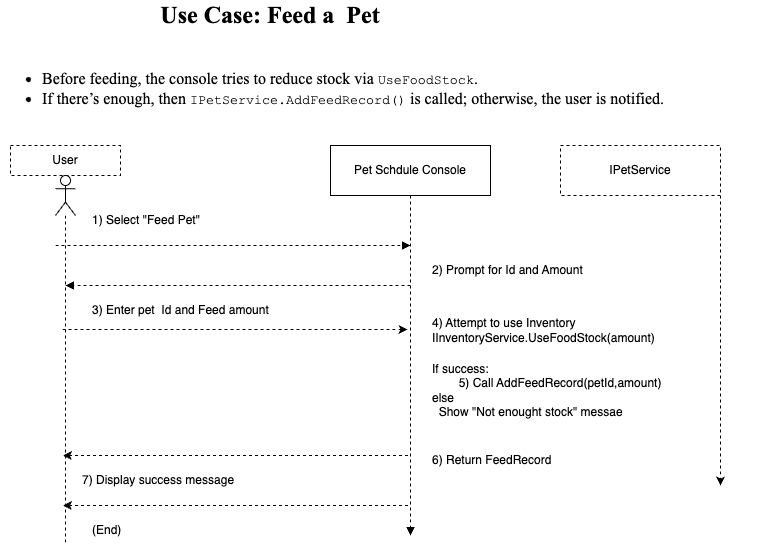
This is Feed a Pet Use Case.png from bromroy/CS690-PetSchedule.App, a draw.io export, as it was before one commit. Source tidied: cells renumbered, new cells last; positions are measured from the earlier drawing's top-left corner, leaving out a move shared by most shapes. Source of this version:
```xml
<mxGraphModel>
  <root>
    <mxCell id="0" />
    <mxCell id="1" parent="0" />
    <mxCell id="2" value="User" style="html=1;whiteSpace=wrap;dashed=1;" parent="1" vertex="1">
      <mxGeometry x="10" y="145" width="110" height="30" as="geometry" />
    </mxCell>
    <mxCell id="3" style="shape=umlLifeline;perimeter=lifelinePerimeter;whiteSpace=wrap;html=1;newEdgeStyle={&quot;curved&quot;:0,&quot;rounded&quot;:0};participant=umlActor;" parent="1" vertex="1">
      <mxGeometry x="55" y="175" width="20" height="370" as="geometry" />
    </mxCell>
    <mxCell id="4" value="Pet Schdule Console" style="html=1;whiteSpace=wrap;" parent="1" vertex="1">
      <mxGeometry x="330" y="145" width="160" height="50" as="geometry" />
    </mxCell>
    <mxCell id="5" style="html=1;verticalAlign=bottom;labelBackgroundColor=none;endArrow=block;endFill=1;dashed=1;exitX=0.5;exitY=1;exitDx=0;exitDy=0;" parent="1" edge="1" source="4">
      <mxGeometry relative="1" as="geometry">
        <mxPoint x="410" y="535" as="targetPoint" />
      </mxGeometry>
    </mxCell>
    <mxCell id="6" style="html=1;verticalAlign=bottom;labelBackgroundColor=none;endArrow=block;endFill=1;dashed=1;" parent="1" edge="1">
      <mxGeometry relative="1" as="geometry">
        <mxPoint x="55" y="245" as="sourcePoint" />
        <mxPoint x="410" y="245" as="targetPoint" />
      </mxGeometry>
    </mxCell>
    <mxCell id="7" value="1) Select &quot;Feed Pet&quot;" style="text;strokeColor=none;align=left;fillColor=none;html=1;verticalAlign=middle;whiteSpace=wrap;rounded=0;" parent="1" vertex="1">
      <mxGeometry x="90" y="205" width="170" height="30" as="geometry" />
    </mxCell>
    <mxCell id="8" style="html=1;verticalAlign=bottom;labelBackgroundColor=none;endArrow=block;endFill=1;dashed=1;" parent="1" edge="1">
      <mxGeometry relative="1" as="geometry">
        <mxPoint x="410" y="285" as="sourcePoint" />
        <mxPoint x="65" y="285" as="targetPoint" />
      </mxGeometry>
    </mxCell>
    <mxCell id="9" value="2) Prompt for Id and Amount&amp;nbsp;" style="text;strokeColor=none;align=left;fillColor=none;html=1;verticalAlign=middle;whiteSpace=wrap;rounded=0;" parent="1" vertex="1">
      <mxGeometry x="430" y="255" width="170" height="30" as="geometry" />
    </mxCell>
    <mxCell id="10" value="&lt;p style=&quot;margin: 0in; font-size: 12pt; font-family: &amp;quot;Times New Roman&amp;quot;, serif; color: rgb(0, 0, 0); text-align: start;&quot; class=&quot;MsoNormal&quot;&gt;&lt;b&gt;&lt;span style=&quot;font-size: 18pt;&quot;&gt;Use Case: Feed a&amp;nbsp; Pet&lt;/span&gt;&lt;/b&gt;&lt;/p&gt;" style="text;strokeColor=none;align=center;fillColor=none;html=1;verticalAlign=middle;whiteSpace=wrap;rounded=0;dashed=1;dashPattern=1 1;" parent="1" vertex="1">
      <mxGeometry x="70" width="400" height="30" as="geometry" />
    </mxCell>
    <mxCell id="11" value="3) Enter pet&amp;nbsp; Id and Feed amount" style="text;strokeColor=none;align=left;fillColor=none;html=1;verticalAlign=middle;whiteSpace=wrap;rounded=0;" parent="1" vertex="1">
      <mxGeometry x="90" y="295" width="260" height="30" as="geometry" />
    </mxCell>
    <mxCell id="12" style="html=1;verticalAlign=bottom;labelBackgroundColor=none;endArrow=classic;endFill=1;dashed=1;" parent="1" edge="1">
      <mxGeometry relative="1" as="geometry">
        <mxPoint x="62" y="329" as="sourcePoint" />
        <mxPoint x="407" y="329" as="targetPoint" />
      </mxGeometry>
    </mxCell>
    <mxCell id="13" value="4) Attempt to use Inventory&lt;div&gt;IInventoryService.UseFoodStock(amount)&lt;/div&gt;" style="text;strokeColor=none;align=left;fillColor=none;html=1;verticalAlign=middle;whiteSpace=wrap;rounded=0;" parent="1" vertex="1">
      <mxGeometry x="430" y="315" width="260" height="30" as="geometry" />
    </mxCell>
    <mxCell id="14" value="&lt;div&gt;If success:&lt;/div&gt;&lt;span style=&quot;white-space: pre;&quot;&gt;&#9;&lt;/span&gt;5) Call AddFeedRecord(petId,amount)&lt;div&gt;else&lt;/div&gt;&lt;div&gt;&amp;nbsp; Show &quot;Not enought stock&quot; messae&lt;/div&gt;" style="text;strokeColor=none;align=left;fillColor=none;html=1;verticalAlign=middle;whiteSpace=wrap;rounded=0;" parent="1" vertex="1">
      <mxGeometry x="430" y="345" width="270" height="90" as="geometry" />
    </mxCell>
    <mxCell id="15" value="6) Return FeedRecord" style="text;strokeColor=none;align=left;fillColor=none;html=1;verticalAlign=middle;whiteSpace=wrap;rounded=0;" parent="1" vertex="1">
      <mxGeometry x="430" y="445" width="260" height="30" as="geometry" />
    </mxCell>
    <mxCell id="16" style="html=1;verticalAlign=bottom;labelBackgroundColor=none;endArrow=classic;endFill=1;dashed=1;" parent="1" edge="1">
      <mxGeometry relative="1" as="geometry">
        <mxPoint x="407.5" y="455" as="sourcePoint" />
        <mxPoint x="62.5" y="455" as="targetPoint" />
      </mxGeometry>
    </mxCell>
    <mxCell id="17" value="&lt;span style=&quot;color: rgb(0, 0, 0);&quot;&gt;(End)&lt;/span&gt;" style="text;strokeColor=none;align=left;fillColor=none;html=1;verticalAlign=middle;whiteSpace=wrap;rounded=0;" parent="1" vertex="1">
      <mxGeometry x="90" y="515" width="310" height="30" as="geometry" />
    </mxCell>
    <mxCell id="18" style="edgeStyle=none;html=1;exitX=1;exitY=1;exitDx=0;exitDy=0;dashed=1;" parent="1" edge="1" source="19">
      <mxGeometry relative="1" as="geometry">
        <mxPoint x="720" y="485" as="targetPoint" />
      </mxGeometry>
    </mxCell>
    <mxCell id="19" value="IPetService" style="html=1;whiteSpace=wrap;dashed=1;" parent="1" vertex="1">
      <mxGeometry x="560" y="145" width="160" height="50" as="geometry" />
    </mxCell>
    <mxCell id="20" value="7) Display success message" style="text;strokeColor=none;align=left;fillColor=none;html=1;verticalAlign=middle;whiteSpace=wrap;rounded=0;" parent="1" vertex="1">
      <mxGeometry x="80" y="465" width="310" height="30" as="geometry" />
    </mxCell>
    <mxCell id="21" style="html=1;verticalAlign=bottom;labelBackgroundColor=none;endArrow=classic;endFill=1;dashed=1;" parent="1" edge="1">
      <mxGeometry relative="1" as="geometry">
        <mxPoint x="407.5" y="505" as="sourcePoint" />
        <mxPoint x="62.5" y="505" as="targetPoint" />
      </mxGeometry>
    </mxCell>
    <mxCell id="22" value="&lt;ul style=&quot;margin-bottom: 0in; color: rgb(0, 0, 0); font-size: medium;&quot; type=&quot;disc&quot;&gt;&lt;li style=&quot;margin: 0in; font-size: 12pt; font-family: &amp;quot;Times New Roman&amp;quot;, serif;&quot; class=&quot;MsoNormal&quot;&gt;Before feeding, the console tries to reduce stock via&amp;nbsp;&lt;span style=&quot;font-size: 10pt; font-family: &amp;quot;Courier New&amp;quot;;&quot;&gt;UseFoodStock&lt;/span&gt;.&lt;/li&gt;&lt;li style=&quot;margin: 0in; font-size: 12pt; font-family: &amp;quot;Times New Roman&amp;quot;, serif;&quot; class=&quot;MsoNormal&quot;&gt;If there’s enough, then&amp;nbsp;&lt;span style=&quot;font-size: 10pt; font-family: &amp;quot;Courier New&amp;quot;;&quot;&gt;IPetService.AddFeedRecord()&lt;/span&gt;&amp;nbsp;is called; otherwise, the user is notified.&lt;/li&gt;&lt;/ul&gt;" style="text;strokeColor=none;align=left;fillColor=none;html=1;verticalAlign=middle;whiteSpace=wrap;rounded=0;" parent="1" vertex="1">
      <mxGeometry y="65" width="760" height="30" as="geometry" />
    </mxCell>
  </root>
</mxGraphModel>
```
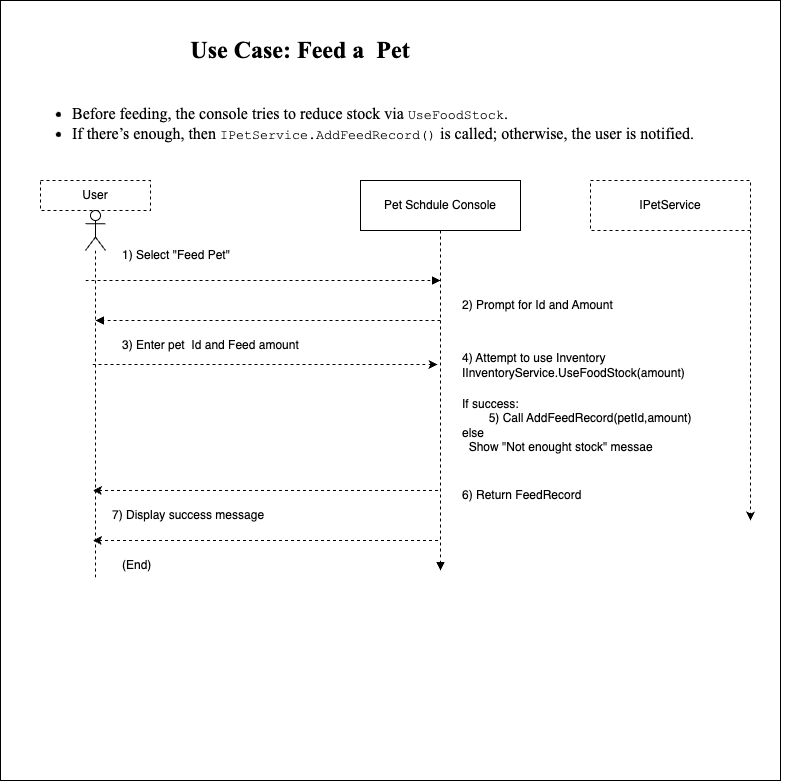
Later version of the same file.

Diff of the diagram source:
```diff
@@ -2,6 +2,9 @@
   <root>
     <mxCell id="0" />
     <mxCell id="1" parent="0" />
+    <mxCell id="23" style="whiteSpace=wrap;html=1;" parent="1" vertex="1">
+      <mxGeometry x="-30" y="-35" width="780" height="780" as="geometry" />
+    </mxCell>
     <mxCell id="2" value="User" style="html=1;whiteSpace=wrap;dashed=1;" parent="1" vertex="1">
       <mxGeometry x="10" y="145" width="110" height="30" as="geometry" />
     </mxCell>
```
